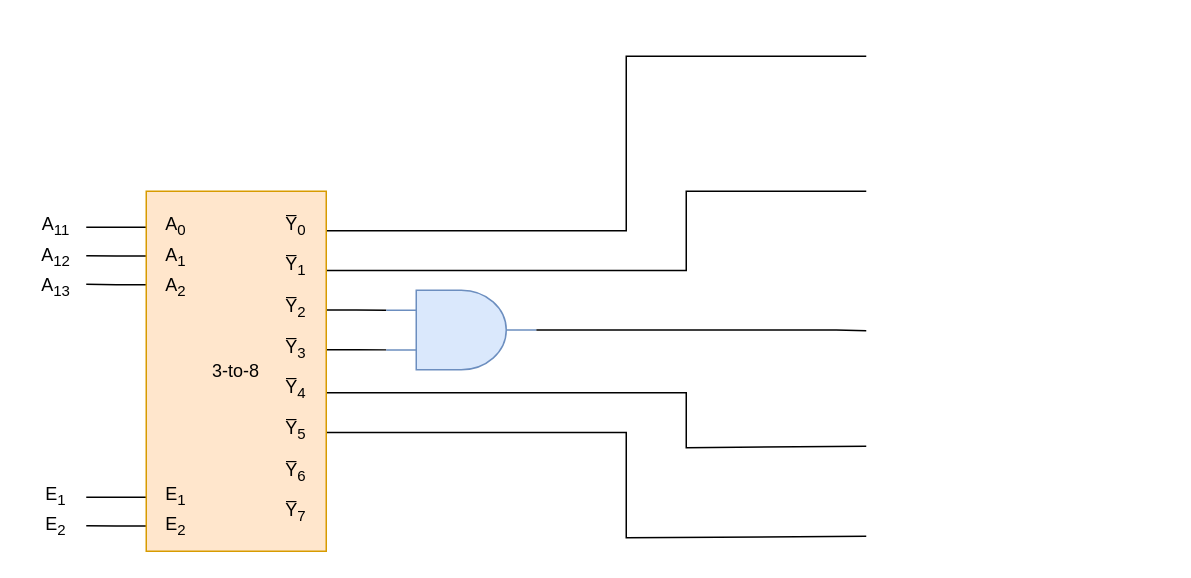
Before: 2nd Series/Exercise6_Circuit.drawio in konstantinosk31/Microcomputer-Systems, a draw.io diagram. Source tidied: cells renumbered, new cells numbered last; positions are measured from the earlier drawing's top-left corner, leaving out a move shared by most shapes. Both pictures are drawn from the tidied source at 150%, with x=0, y=0 at pixel (26, 56).
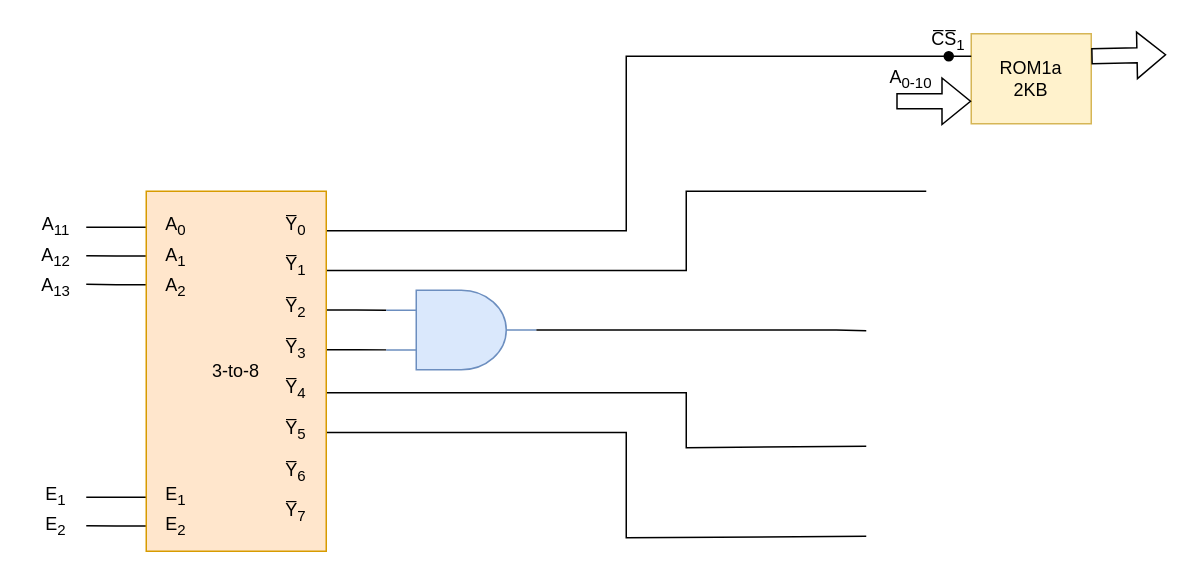
The same page after the edit.

Unchanged cells that the change refers to:
```xml
<mxCell id="13" value="&lt;div&gt;3-to-8&lt;/div&gt;" style="rounded=0;whiteSpace=wrap;html=1;points=[[0,0.1,0,0,0],[0,0.18,0,0,0],[0,0.26,0,0,0],[0,0.85,0,0,0],[0,0.93,0,0,0],[1,0.11,0,0,0],[1,0.22,0,0,0],[1,0.33,0,0,0],[1,0.44,0,0,0],[1,0.56,0,0,0],[1,0.67,0,0,0],[1,0.78,0,0,0],[1,0.89,0,0,0]];fillColor=#ffe6cc;strokeColor=#d79b00;" parent="1" vertex="1">
  <mxGeometry x="80" y="90" width="120" height="240" as="geometry" />
</mxCell>
```

Change to the diagram source:
```diff
@@
-    <mxCell id="11" style="edgeStyle=orthogonalEdgeStyle;rounded=0;jettySize=auto;html=1;exitX=1;exitY=0.11;exitDx=0;exitDy=0;exitPerimeter=0;endArrow=none;endFill=0;" parent="1" edge="1" source="13">
-      <mxGeometry relative="1" as="geometry">
-        <mxPoint x="560" as="targetPoint" />
-        <Array as="points">
-          <mxPoint x="400" y="116" />
-          <mxPoint x="400" />
-        </Array>
-      </mxGeometry>
-    </mxCell>
     <mxCell id="12" style="edgeStyle=orthogonalEdgeStyle;rounded=0;jettySize=auto;html=1;exitX=1;exitY=0.22;exitDx=0;exitDy=0;exitPerimeter=0;endArrow=none;endFill=0;" parent="1" edge="1" source="13">
       <mxGeometry relative="1" as="geometry">
-        <mxPoint x="560" y="90" as="targetPoint" />
+        <mxPoint x="600" y="90" as="targetPoint" />
         <Array as="points">
           <mxPoint x="440" y="143" />
           <mxPoint x="440" y="90" />
         </Array>
       </mxGeometry>
     </mxCell>
+    <mxCell id="34" style="edgeStyle=orthogonalEdgeStyle;rounded=0;jettySize=auto;html=1;exitX=1;exitY=0.11;exitDx=0;exitDy=0;exitPerimeter=0;endArrow=none;endFill=0;entryX=0;entryY=0.25;entryDx=-15;entryDy=0;entryPerimeter=0;" parent="1" edge="1" source="13" target="35">
+      <mxGeometry relative="1" as="geometry">
+        <Array as="points">
+          <mxPoint x="400" y="116" />
+          <mxPoint x="400" />
+        </Array>
+      </mxGeometry>
+    </mxCell>
@@
+    <mxCell id="35" value="&lt;div&gt;ROM1a&lt;/div&gt;&lt;div&gt;2KB&lt;br&gt;&lt;/div&gt;" style="rounded=0;whiteSpace=wrap;html=1;fillColor=#fff2cc;strokeColor=#d6b656;points=[[0,0,0,0,0],[0,0.25,0,-15,0],[0,0.25,0,0,0],[0,0.5,0,0,0],[0,0.75,0,0,0],[0,1,0,0,0],[0.25,0,0,0,0],[0.25,1,0,0,0],[0.5,0,0,0,0],[0.5,1,0,0,0],[0.75,0,0,0,0],[0.75,1,0,0,0],[1,0,0,0,0],[1,0.25,0,0,0],[1,0.5,0,0,0],[1,0.75,0,0,0],[1,1,0,0,0]];" parent="1" vertex="1">
+      <mxGeometry x="630" y="-15" width="80" height="60" as="geometry" />
+    </mxCell>
+    <mxCell id="36" style="edgeStyle=orthogonalEdgeStyle;rounded=0;orthogonalLoop=1;jettySize=auto;html=1;exitX=0;exitY=0.25;exitDx=0;exitDy=0;exitPerimeter=0;entryX=0;entryY=0.25;entryDx=-15;entryDy=0;entryPerimeter=0;endArrow=oval;endFill=1;" parent="1" edge="1" source="35" target="35">
+      <mxGeometry relative="1" as="geometry" />
+    </mxCell>
+    <mxCell id="37" value="C̅S̅&lt;sub&gt;1&lt;/sub&gt;" style="text;html=1;align=center;verticalAlign=middle;whiteSpace=wrap;rounded=0;" parent="1" vertex="1">
+      <mxGeometry x="600" y="-20" width="30" height="20" as="geometry" />
+    </mxCell>
+    <mxCell id="38" style="shape=flexArrow;endArrow=classic;html=1;rounded=0;entryX=0;entryY=0.75;entryDx=0;entryDy=0;entryPerimeter=0;" parent="1" edge="1" target="35">
+      <mxGeometry relative="1" as="geometry">
+        <mxPoint x="580" y="30" as="sourcePoint" />
+      </mxGeometry>
+    </mxCell>
+    <mxCell id="39" value="A&lt;sub&gt;0-10&lt;/sub&gt;" style="text;html=1;align=center;verticalAlign=middle;whiteSpace=wrap;rounded=0;" parent="1" vertex="1">
+      <mxGeometry x="570" y="5" width="40" height="20" as="geometry" />
+    </mxCell>
+    <mxCell id="40" style="shape=flexArrow;endArrow=classic;html=1;rounded=0;exitX=1;exitY=0.25;exitDx=0;exitDy=0;exitPerimeter=0;" parent="1" edge="1" source="35">
+      <mxGeometry relative="1" as="geometry">
+        <mxPoint x="760" y="-1" as="targetPoint" />
+      </mxGeometry>
+    </mxCell>
```
